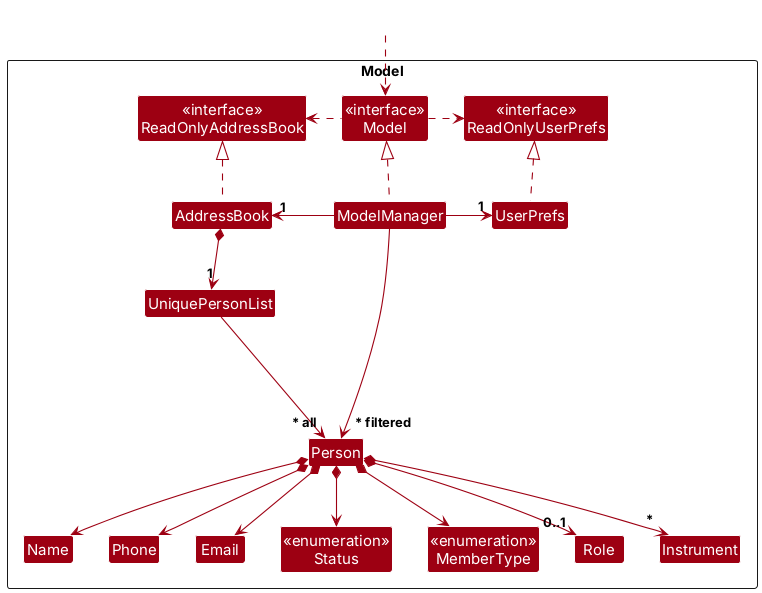
Above: docs/images/ModelClassDiagram.png in AY2627S1-CS2103T-T10-3/tp (PlantUML), before the change.
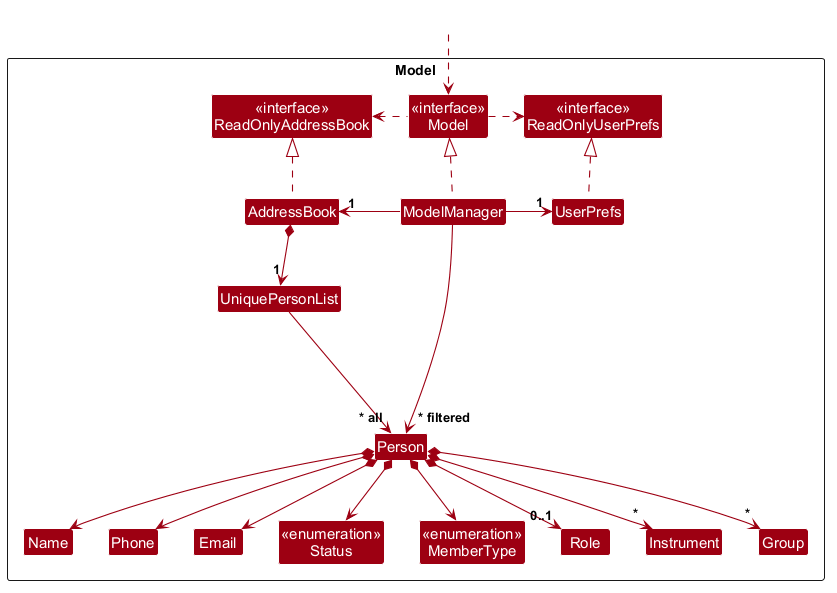
After the change.

What changed in the source:
```diff
@@ -21,6 +21,7 @@
 Class "<<enumeration>>\nMemberType" as MemberType
 Class Role
 Class Instrument
+Class Group
 
 Class I #FFFFFF
 }
@@ -46,6 +47,7 @@
 Person *--> MemberType
 Person *--> "0..1" Role
 Person *--> "*" Instrument
+Person *--> "*" Group
 
 Person -[hidden]up--> I
 UniquePersonList -[hidden]right-> I
@@ -56,6 +58,7 @@
 Status -[hidden]right-> MemberType
 MemberType -[hidden]right-> Role
 Role -[hidden]right-> Instrument
+Instrument -[hidden]right-> Group
 
 ModelManager --> "~* filtered" Person
 @enduml
```
